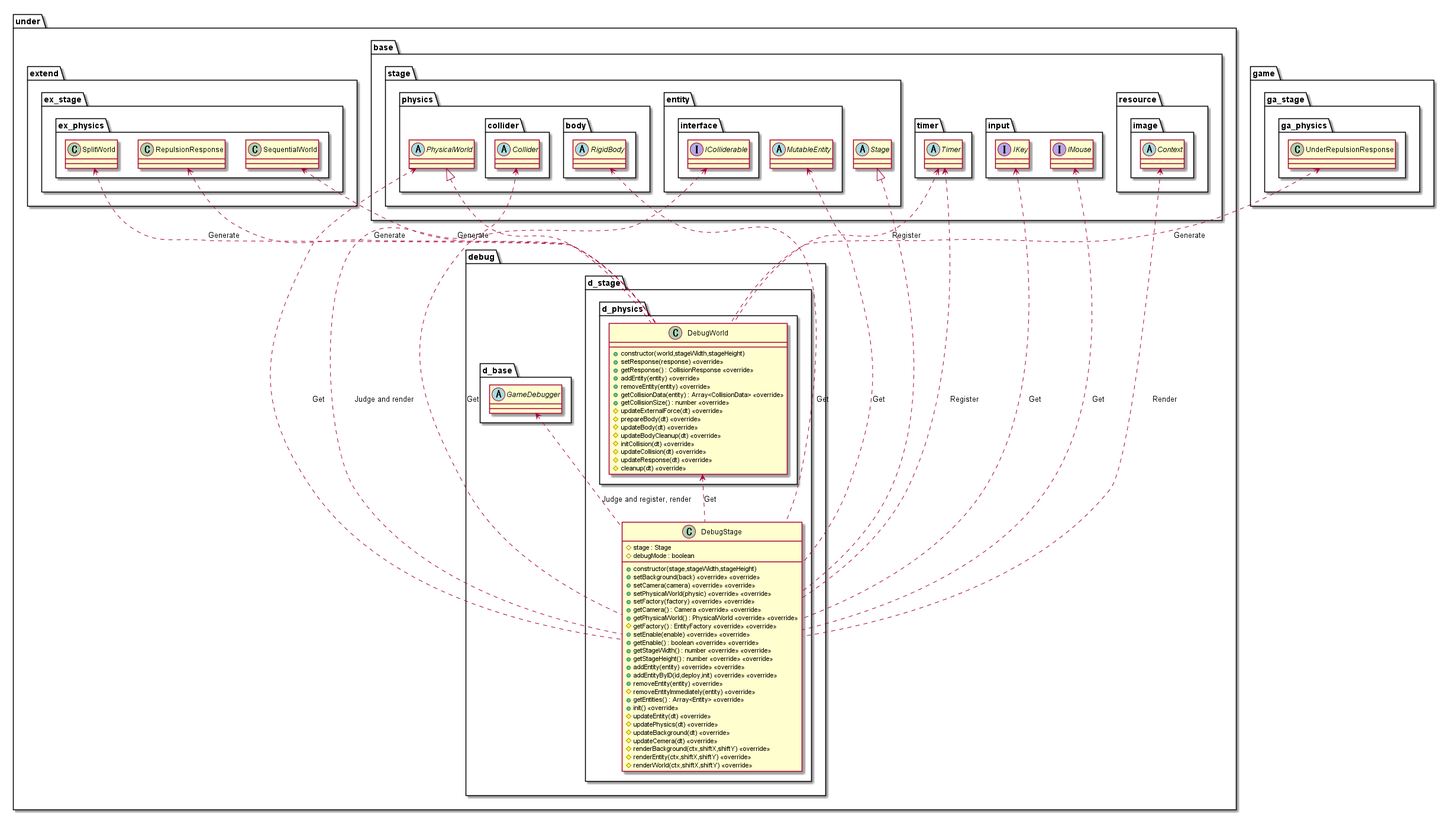
The PlantUML diagram out/uml/debug/Stage/DebugStage.png in Expine/Under, before a commit.
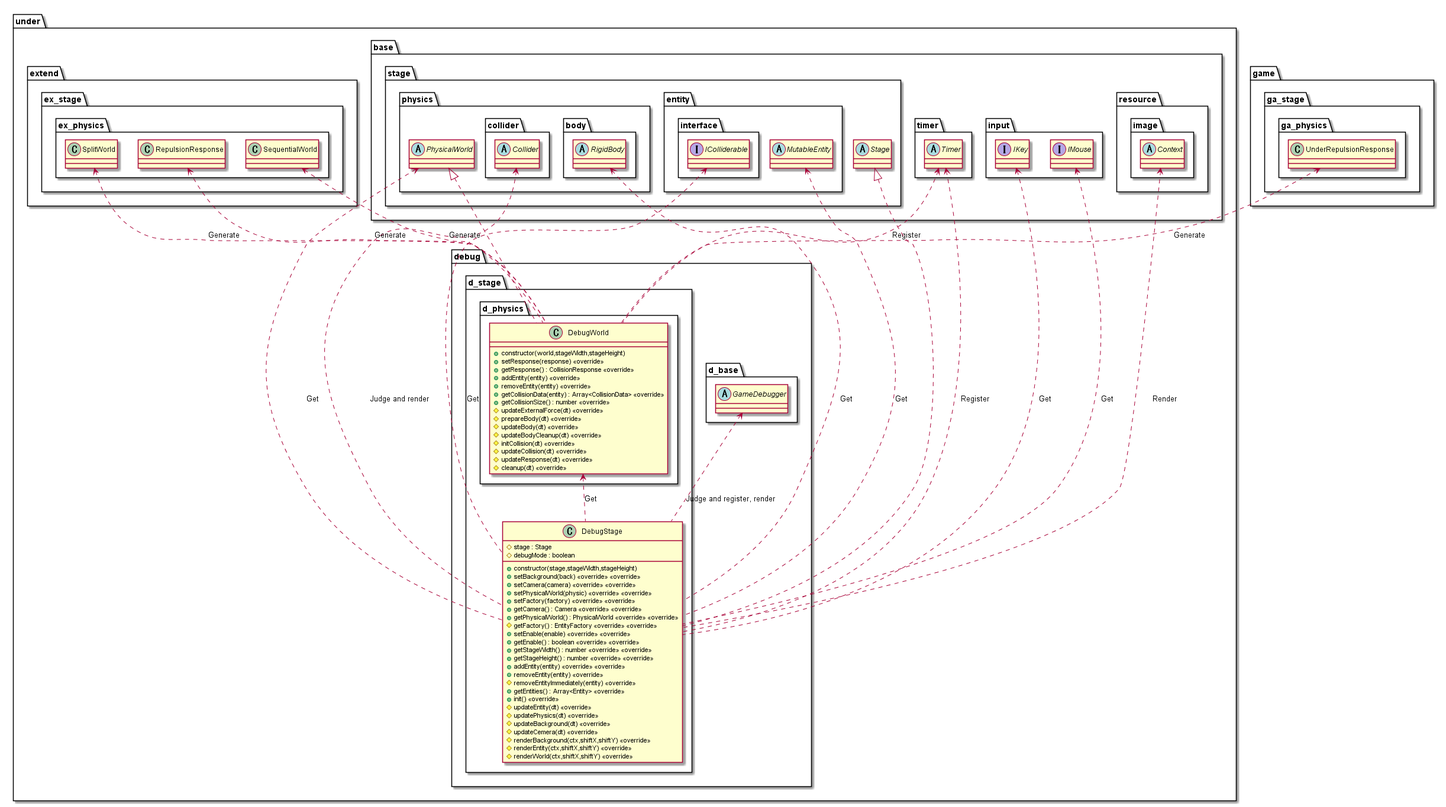
Later version of the same file.

Change to the diagram source:
```diff
@@ -19,7 +19,6 @@
                 +getStageWidth() : number <<override>> <<override>>
                 +getStageHeight() : number <<override>> <<override>>
                 +addEntity(entity) <<override>> <<override>>
-                +addEntityByID(id,deploy,init) <<override>> <<override>>
                 +removeEntity(entity) <<override>>
                 #removeEntityImmediately(entity) <<override>>
                 +getEntities() : Array<Entity> <<override>>
```
